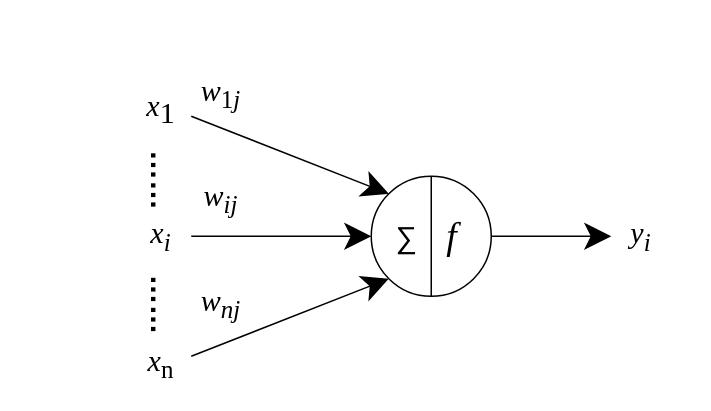
dtfjn156/flowChat keeps this draw.io diagram as 神经元模型.drawio. Above is the earlier version. Source tidied: cells renumbered, new cells numbered last; positions are measured from the earlier drawing's top-left corner, leaving out a move shared by most shapes. Both pictures are drawn from the tidied source at 150%, with x=0, y=0 at pixel (116, 70).
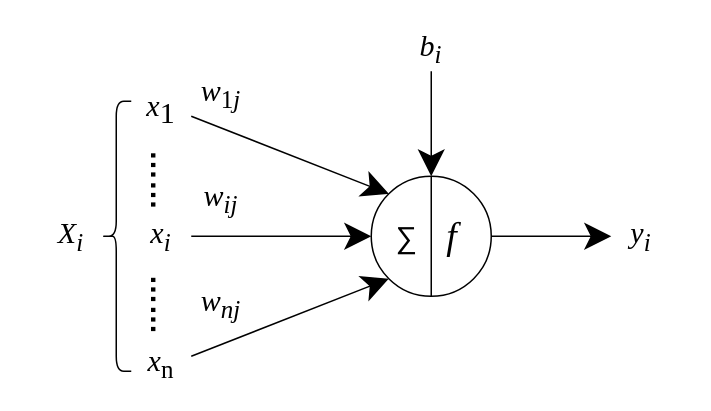
Above is the later version.

Commit message:
更新神经元模型.drawio

The change refers to these unchanged cells:
```xml
<mxCell id="3" style="ellipse;whiteSpace=wrap;html=1;" parent="1" vertex="1">
  <mxGeometry x="170" y="70" width="80" height="80" as="geometry" />
</mxCell>
```

Diff of the diagram source:
```diff
@@
+    <mxCell id="19" style="shape=curlyBracket;whiteSpace=wrap;html=1;rounded=1;labelPosition=left;verticalLabelPosition=middle;align=right;verticalAlign=middle;" parent="1" vertex="1">
+      <mxGeometry x="-10" y="20" width="20" height="180" as="geometry" />
+    </mxCell>
+    <mxCell id="20" value="&lt;span style=&quot;font-size: 20px;&quot;&gt;&lt;i style=&quot;&quot;&gt;X&lt;sub&gt;i&lt;/sub&gt;&lt;/i&gt;&lt;/span&gt;" style="text;html=1;align=center;verticalAlign=middle;whiteSpace=wrap;rounded=0;fontSize=20;fontFamily=Times New Roman;" parent="1" vertex="1">
+      <mxGeometry x="-60" y="95" width="60" height="30" as="geometry" />
+    </mxCell>
+    <mxCell id="21" style="endArrow=classic;html=1;rounded=0;endSize=15;entryX=0.5;entryY=0;entryDx=0;entryDy=0;" parent="1" edge="1" target="3">
+      <mxGeometry relative="1" as="geometry">
+        <mxPoint x="210" as="sourcePoint" />
+      </mxGeometry>
+    </mxCell>
+    <mxCell id="22" value="&lt;span style=&quot;font-size: 20px;&quot;&gt;&lt;i style=&quot;&quot;&gt;b&lt;sub&gt;i&lt;/sub&gt;&lt;/i&gt;&lt;/span&gt;" style="text;html=1;align=center;verticalAlign=middle;whiteSpace=wrap;rounded=0;fontSize=20;fontFamily=Times New Roman;" parent="1" vertex="1">
+      <mxGeometry x="180" y="-30" width="60" height="30" as="geometry" />
+    </mxCell>
```
